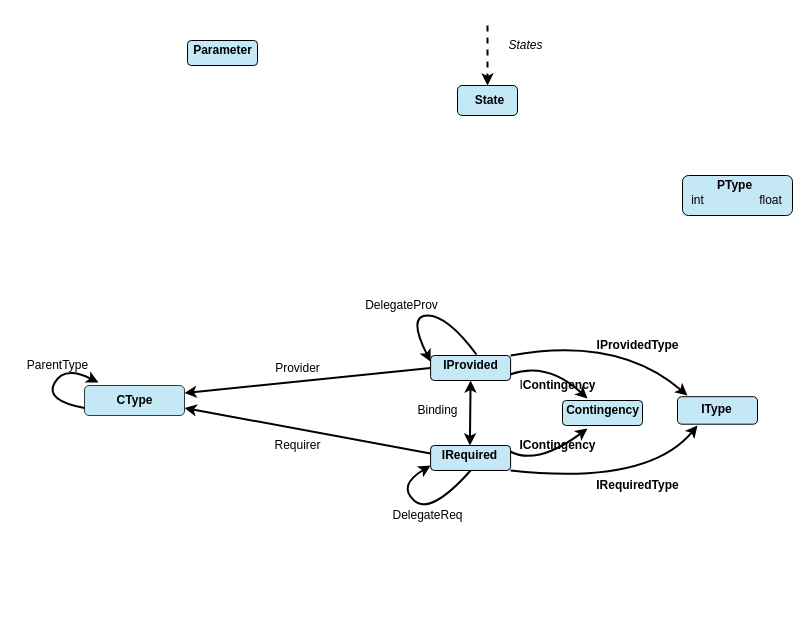
Earlier version of the draw.io diagram relflow.drawio (jpgros/site-web). Source tidied: cells renumbered, new cells numbered last; positions are measured from the earlier drawing's top-left corner, leaving out a move shared by most shapes. Both pictures are drawn from the tidied source at 100%, with x=0, y=0 at pixel (17, 25).
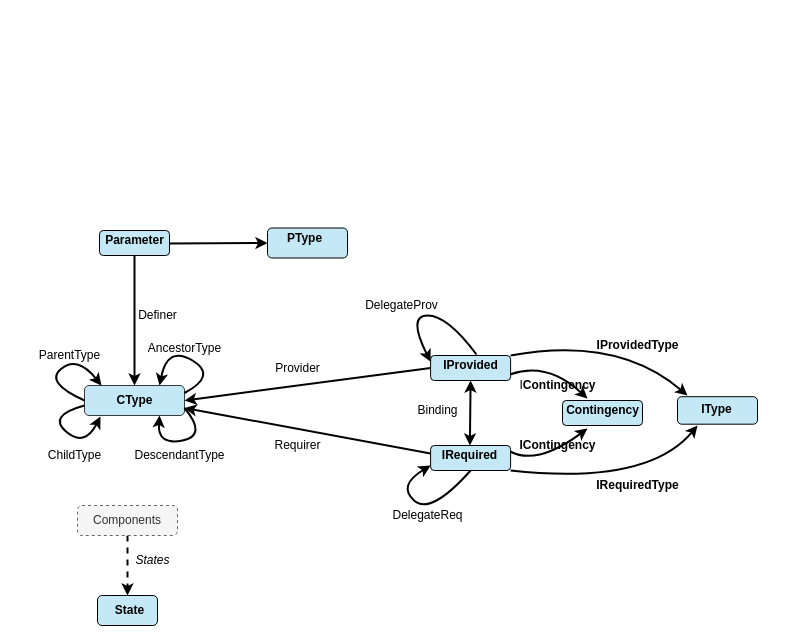
The same diagram, later.

The change refers to these unchanged cells:
```xml
<mxCell id="5" style="rounded=1;whiteSpace=wrap;html=1;fillColor=#C4E8F5;" parent="1" vertex="1">
  <mxGeometry x="413.1" y="330" width="80" height="25" as="geometry" />
</mxCell>
<mxCell id="8" style="rounded=1;whiteSpace=wrap;html=1;strokeColor=#36393d;fillColor=#C4E8F5;" parent="1" vertex="1">
  <mxGeometry x="67" y="360" width="100" height="30" as="geometry" />
</mxCell>
```

The edit, as a diff of the source:
```diff
@@
     <mxCell id="2" style="rounded=1;whiteSpace=wrap;html=1;fillColor=#C4E8F5;" parent="1" vertex="1">
-      <mxGeometry x="665" y="150" width="110" height="40" as="geometry" />
+      <mxGeometry x="250" y="202.5" width="80" height="30" as="geometry" />
     </mxCell>
@@
     <mxCell id="4" style="rounded=1;whiteSpace=wrap;html=1;fillColor=#C4E8F5;" parent="1" vertex="1">
-      <mxGeometry x="170" y="15" width="70" height="25" as="geometry" />
+      <mxGeometry x="82" y="205" width="70" height="25" as="geometry" />
     </mxCell>
@@
-    <mxCell id="9" value="int" style="text;html=1;align=center;verticalAlign=middle;" parent="1" vertex="1">
-      <mxGeometry x="665" y="165" width="30" height="20" as="geometry" />
-    </mxCell>
-    <mxCell id="10" value="float" style="text;html=1;align=center;verticalAlign=middle;" parent="1" vertex="1">
-      <mxGeometry x="733" y="165" width="40" height="20" as="geometry" />
-    </mxCell>
@@
     <mxCell id="15" value="&lt;b&gt;Parameter&lt;/b&gt;" style="text;html=1;align=center;verticalAlign=middle;" parent="1" vertex="1">
-      <mxGeometry x="170" y="15" width="70" height="20" as="geometry" />
+      <mxGeometry x="82" y="205" width="70" height="20" as="geometry" />
     </mxCell>
@@
     <mxCell id="17" value="&lt;b&gt;PType&lt;/b&gt;" style="text;html=1;align=center;verticalAlign=middle;" parent="1" vertex="1">
-      <mxGeometry x="691.7" y="150" width="50" height="20" as="geometry" />
+      <mxGeometry x="261.7" y="202.5" width="50" height="20" as="geometry" />
     </mxCell>
     <mxCell id="18" style="rounded=1;whiteSpace=wrap;html=1;fillColor=#C4E8F5;" parent="1" vertex="1">
-      <mxGeometry x="440" y="60" width="60" height="30" as="geometry" />
+      <mxGeometry x="80" y="570" width="60" height="30" as="geometry" />
     </mxCell>
     <mxCell id="19" value="&lt;font style=&quot;font-size: 12px&quot;&gt;&lt;b&gt;State&lt;/b&gt;&lt;/font&gt;" style="text;html=1;align=center;verticalAlign=middle;" parent="1" vertex="1">
-      <mxGeometry x="452" y="65" width="40" height="20" as="geometry" />
+      <mxGeometry x="92" y="575" width="40" height="20" as="geometry" />
     </mxCell>
-    <mxCell id="20" style="curved=1;endArrow=classic;html=1;exitX=0;exitY=0.75;exitDx=0;exitDy=0;entryX=0.14;entryY=-0.1;entryDx=0;entryDy=0;entryPerimeter=0;strokeWidth=2;" parent="1" edge="1" source="8" target="8">
+    <mxCell id="20" style="curved=1;endArrow=classic;html=1;exitX=0;exitY=0.5;exitDx=0;exitDy=0;strokeWidth=2;entryX=0.17;entryY=0;entryDx=0;entryDy=0;entryPerimeter=0;" parent="1" edge="1" source="8" target="8">
       <mxGeometry relative="1" as="geometry">
         <Array as="points">
-          <mxPoint x="27" y="375" />
-          <mxPoint x="47" y="340" />
+          <mxPoint x="27" y="357" />
+          <mxPoint x="60" y="330" />
         </Array>
       </mxGeometry>
     </mxCell>
     <mxCell id="21" value="ParentType" style="text;html=1;align=center;verticalAlign=middle;" parent="1" vertex="1">
-      <mxGeometry y="330" width="80" height="20" as="geometry" />
+      <mxGeometry x="12" y="320" width="80" height="20" as="geometry" />
     </mxCell>
@@
-    <mxCell id="36" style="endArrow=classic;html=1;strokeWidth=2;entryX=1;entryY=0.25;entryDx=0;entryDy=0;exitX=0;exitY=0.5;exitDx=0;exitDy=0;" parent="1" edge="1" source="5" target="8">
+    <mxCell id="36" style="endArrow=classic;html=1;strokeWidth=2;entryX=1;entryY=0.5;entryDx=0;entryDy=0;exitX=0;exitY=0.5;exitDx=0;exitDy=0;" parent="1" edge="1" source="5" target="8">
       <mxGeometry relative="1" as="geometry" />
     </mxCell>
@@
     <mxCell id="40" style="endArrow=classic;html=1;strokeWidth=2;entryX=0.5;entryY=0;entryDx=0;entryDy=0;dashed=1;" parent="1" edge="1" target="18">
       <mxGeometry relative="1" as="geometry">
-        <mxPoint x="470" as="sourcePoint" />
+        <mxPoint x="110" y="510" as="sourcePoint" />
       </mxGeometry>
     </mxCell>
     <mxCell id="41" value="&lt;i&gt;States&lt;/i&gt;" style="text;html=1;align=center;verticalAlign=middle;" parent="1" vertex="1">
-      <mxGeometry x="483" y="10" width="50" height="20" as="geometry" />
+      <mxGeometry x="110" y="525" width="50" height="20" as="geometry" />
     </mxCell>
+    <mxCell id="42" style="endArrow=classic;html=1;strokeWidth=2;entryX=0;entryY=0.5;entryDx=0;entryDy=0;" parent="1" edge="1" target="2">
+      <mxGeometry relative="1" as="geometry">
+        <mxPoint x="152" y="218" as="sourcePoint" />
+      </mxGeometry>
+    </mxCell>
+    <mxCell id="43" style="endArrow=classic;html=1;strokeWidth=2;exitX=0.5;exitY=1;exitDx=0;exitDy=0;entryX=0.5;entryY=0;entryDx=0;entryDy=0;" parent="1" edge="1" source="4" target="8">
+      <mxGeometry relative="1" as="geometry" />
+    </mxCell>
+    <mxCell id="44" value="Definer" style="text;html=1;align=center;verticalAlign=middle;" parent="1" vertex="1">
+      <mxGeometry x="115" y="280" width="50" height="20" as="geometry" />
+    </mxCell>
+    <mxCell id="45" value="Components" style="rounded=1;whiteSpace=wrap;html=1;strokeColor=#666666;fillColor=#f5f5f5;fontColor=#333333;dashed=1;" parent="1" vertex="1">
+      <mxGeometry x="60" y="480" width="100" height="30" as="geometry" />
+    </mxCell>
+    <mxCell id="46" style="curved=1;endArrow=classic;html=1;strokeWidth=2;entryX=0.16;entryY=1.033;entryDx=0;entryDy=0;entryPerimeter=0;" parent="1" edge="1" target="8">
+      <mxGeometry relative="1" as="geometry">
+        <mxPoint x="67" y="380" as="sourcePoint" />
+        <Array as="points">
+          <mxPoint x="30" y="390" />
+          <mxPoint x="67" y="422" />
+        </Array>
+      </mxGeometry>
+    </mxCell>
+    <mxCell id="47" value="ChildType" style="text;html=1;align=center;verticalAlign=middle;" parent="1" vertex="1">
+      <mxGeometry x="22" y="420" width="70" height="20" as="geometry" />
+    </mxCell>
+    <mxCell id="48" style="curved=1;endArrow=classic;html=1;strokeWidth=2;entryX=0.75;entryY=1;entryDx=0;entryDy=0;exitX=1;exitY=0.75;exitDx=0;exitDy=0;" parent="1" edge="1" source="8" target="8">
+      <mxGeometry relative="1" as="geometry">
+        <Array as="points">
+          <mxPoint x="190" y="410" />
+          <mxPoint x="140" y="420" />
+        </Array>
+      </mxGeometry>
+    </mxCell>
+    <mxCell id="49" value="DescendantType" style="text;html=1;align=center;verticalAlign=middle;" parent="1" vertex="1">
+      <mxGeometry x="112" y="420" width="100" height="20" as="geometry" />
+    </mxCell>
+    <mxCell id="50" style="curved=1;endArrow=classic;html=1;strokeWidth=2;entryX=0.75;entryY=0;entryDx=0;entryDy=0;exitX=1;exitY=0.25;exitDx=0;exitDy=0;" parent="1" edge="1" source="8" target="8">
+      <mxGeometry relative="1" as="geometry">
+        <Array as="points">
+          <mxPoint x="200" y="350" />
+          <mxPoint x="150" y="320" />
+        </Array>
+      </mxGeometry>
+    </mxCell>
+    <mxCell id="51" value="AncestorType" style="text;html=1;align=center;verticalAlign=middle;" parent="1" vertex="1">
+      <mxGeometry x="122" y="312.5" width="90" height="20" as="geometry" />
+    </mxCell>
```
